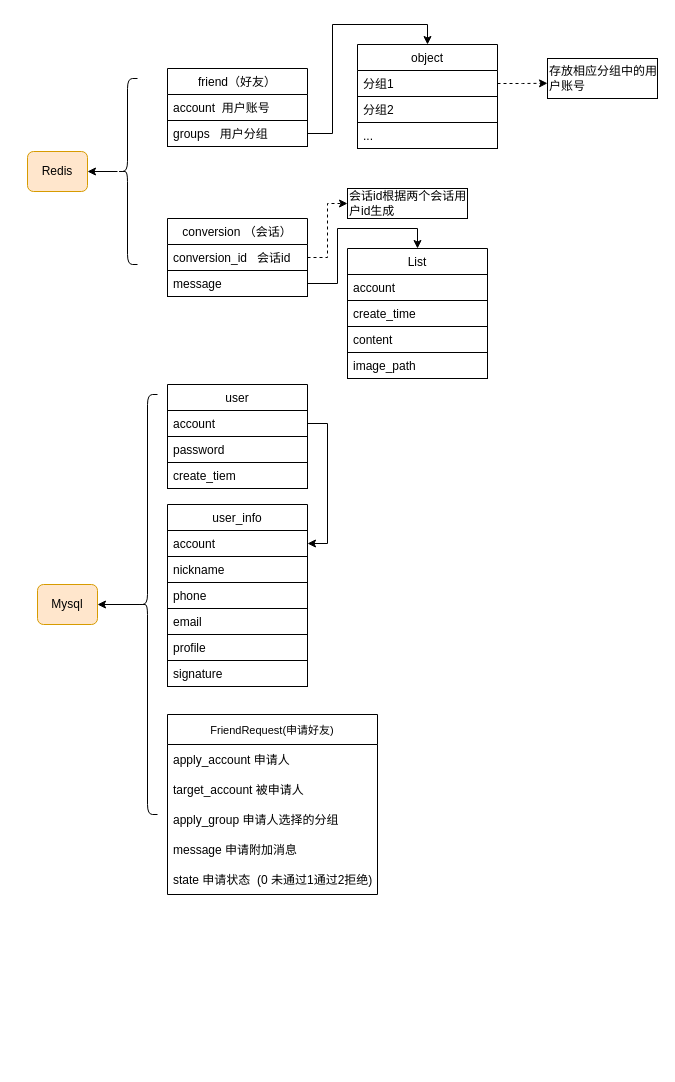
Before: server流程.drawio in Nick87-xkk/chat_server, a draw.io diagram. Source tidied: cells renumbered, new cells numbered last; positions are measured from the earlier drawing's top-left corner, leaving out a move shared by most shapes. Both pictures are drawn from the tidied source at 100%, with x=0, y=0 at pixel (27, 44).
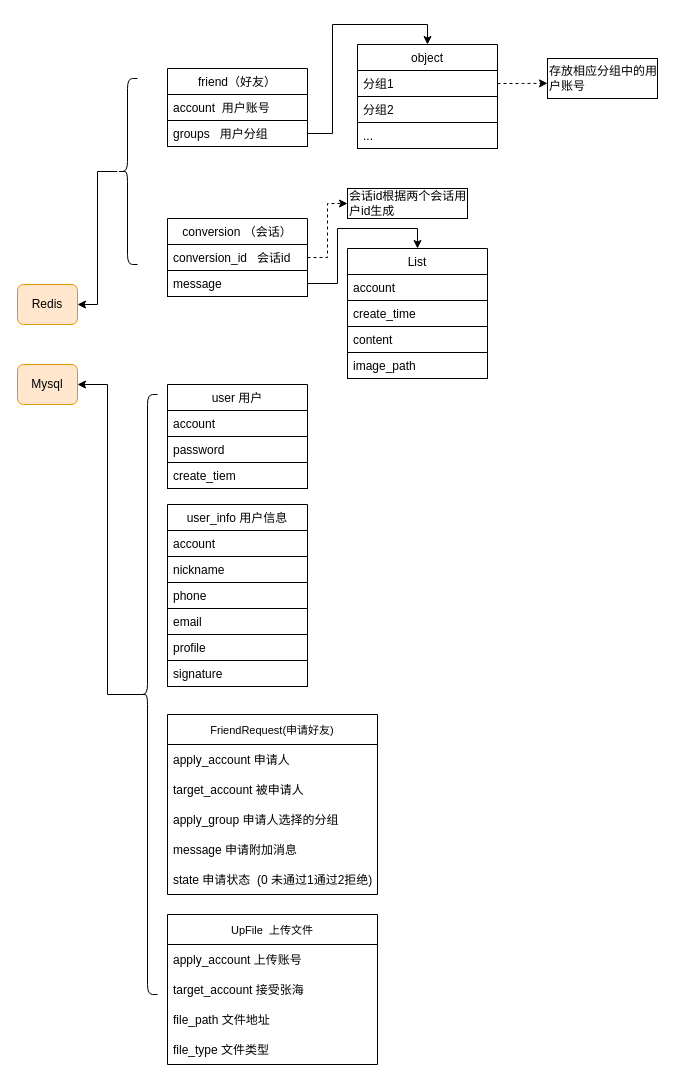
Above is the later version.

Unchanged cells that the change refers to:
```xml
<mxCell id="24" style="shape=curlyBracket;whiteSpace=wrap;html=1;rounded=1;strokeColor=default;fillColor=default;align=left;" parent="1" vertex="1">
  <mxGeometry x="90" y="34" width="20" height="186" as="geometry" />
</mxCell>
<mxCell id="28" value="account" style="text;strokeColor=default;fillColor=none;align=left;verticalAlign=top;spacingLeft=4;spacingRight=4;overflow=hidden;points=[[0,0.5],[1,0.5]];portConstraint=eastwest;" parent="27" vertex="1">
  <mxGeometry y="26" width="140" height="26" as="geometry" />
</mxCell>
<mxCell id="32" value="account" style="text;strokeColor=default;fillColor=none;align=left;verticalAlign=top;spacingLeft=4;spacingRight=4;overflow=hidden;points=[[0,0.5],[1,0.5]];portConstraint=eastwest;" parent="31" vertex="1">
  <mxGeometry y="26" width="140" height="26" as="geometry" />
</mxCell>
```

The edit, as a diff of the source:
```diff
@@
-    <mxCell id="23" style="edgeStyle=orthogonalEdgeStyle;rounded=0;jettySize=auto;html=1;" parent="1" edge="1" source="24" target="25">
+    <mxCell id="23" style="edgeStyle=orthogonalEdgeStyle;rounded=0;jettySize=auto;html=1;entryX=1;entryY=0.5;entryDx=0;entryDy=0;" parent="1" edge="1" source="24" target="25">
       <mxGeometry relative="1" as="geometry" />
     </mxCell>
@@
     <mxCell id="25" value="Redis" style="whiteSpace=wrap;html=1;rounded=1;align=center;strokeColor=#d79b00;fillColor=#ffe6cc;" parent="1" vertex="1">
-      <mxGeometry y="107" width="60" height="40" as="geometry" />
+      <mxGeometry x="-10" y="240" width="60" height="40" as="geometry" />
     </mxCell>
     <mxCell id="26" value="Mysql" style="whiteSpace=wrap;html=1;rounded=1;align=center;strokeColor=#d79b00;fillColor=#ffe6cc;" parent="1" vertex="1">
-      <mxGeometry x="10" y="540" width="60" height="40" as="geometry" />
+      <mxGeometry x="-10" y="320" width="60" height="40" as="geometry" />
     </mxCell>
-    <mxCell id="27" value="user" style="swimlane;fontStyle=0;horizontal=1;startSize=26;fillColor=none;strokeColor=default;align=center;" parent="1" vertex="1">
+    <mxCell id="27" value="user 用户" style="swimlane;fontStyle=0;horizontal=1;startSize=26;fillColor=none;strokeColor=default;align=center;" parent="1" vertex="1">
       <mxGeometry x="140" y="340" width="140" height="104" as="geometry" />
     </mxCell>
@@
-    <mxCell id="31" value="user_info" style="swimlane;fontStyle=0;horizontal=1;startSize=26;fillColor=none;strokeColor=default;align=center;" parent="1" vertex="1">
+    <mxCell id="31" value="user_info 用户信息" style="swimlane;fontStyle=0;horizontal=1;startSize=26;fillColor=none;strokeColor=default;align=center;" parent="1" vertex="1">
       <mxGeometry x="140" y="460" width="140" height="182" as="geometry" />
     </mxCell>
@@
-    <mxCell id="38" style="edgeStyle=orthogonalEdgeStyle;rounded=0;jettySize=auto;html=1;exitX=1;exitY=0.5;exitDx=0;exitDy=0;entryX=1;entryY=0.5;entryDx=0;entryDy=0;" parent="1" edge="1" source="28" target="32">
-      <mxGeometry relative="1" as="geometry" />
-    </mxCell>
@@
     <mxCell id="40" style="shape=curlyBracket;whiteSpace=wrap;html=1;rounded=1;strokeColor=default;fillColor=default;align=center;" parent="1" vertex="1">
-      <mxGeometry x="110" y="350" width="20" height="420" as="geometry" />
+      <mxGeometry x="110" y="350" width="20" height="600" as="geometry" />
     </mxCell>
@@
+    <mxCell id="47" value="UpFile  上传文件" style="swimlane;fontStyle=0;horizontal=1;startSize=30;fontSize=11;" parent="1" vertex="1">
+      <mxGeometry x="140" y="870" width="210" height="150" as="geometry" />
+    </mxCell>
+    <mxCell id="48" value="apply_account 上传账号" style="text;strokeColor=none;fillColor=none;align=left;verticalAlign=middle;spacingLeft=4;spacingRight=4;overflow=hidden;" parent="47" vertex="1">
+      <mxGeometry y="30" width="210" height="30" as="geometry" />
+    </mxCell>
+    <mxCell id="49" value="target_account 接受张海" style="text;strokeColor=none;fillColor=none;align=left;verticalAlign=middle;spacingLeft=4;spacingRight=4;overflow=hidden;" parent="47" vertex="1">
+      <mxGeometry y="60" width="210" height="30" as="geometry" />
+    </mxCell>
+    <mxCell id="50" value="file_path 文件地址" style="text;strokeColor=none;fillColor=none;align=left;verticalAlign=middle;spacingLeft=4;spacingRight=4;overflow=hidden;" parent="47" vertex="1">
+      <mxGeometry y="90" width="210" height="30" as="geometry" />
+    </mxCell>
+    <mxCell id="51" value="file_type 文件类型" style="text;strokeColor=none;fillColor=none;align=left;verticalAlign=middle;spacingLeft=4;spacingRight=4;overflow=hidden;" parent="47" vertex="1">
+      <mxGeometry y="120" width="210" height="30" as="geometry" />
+    </mxCell>
```
